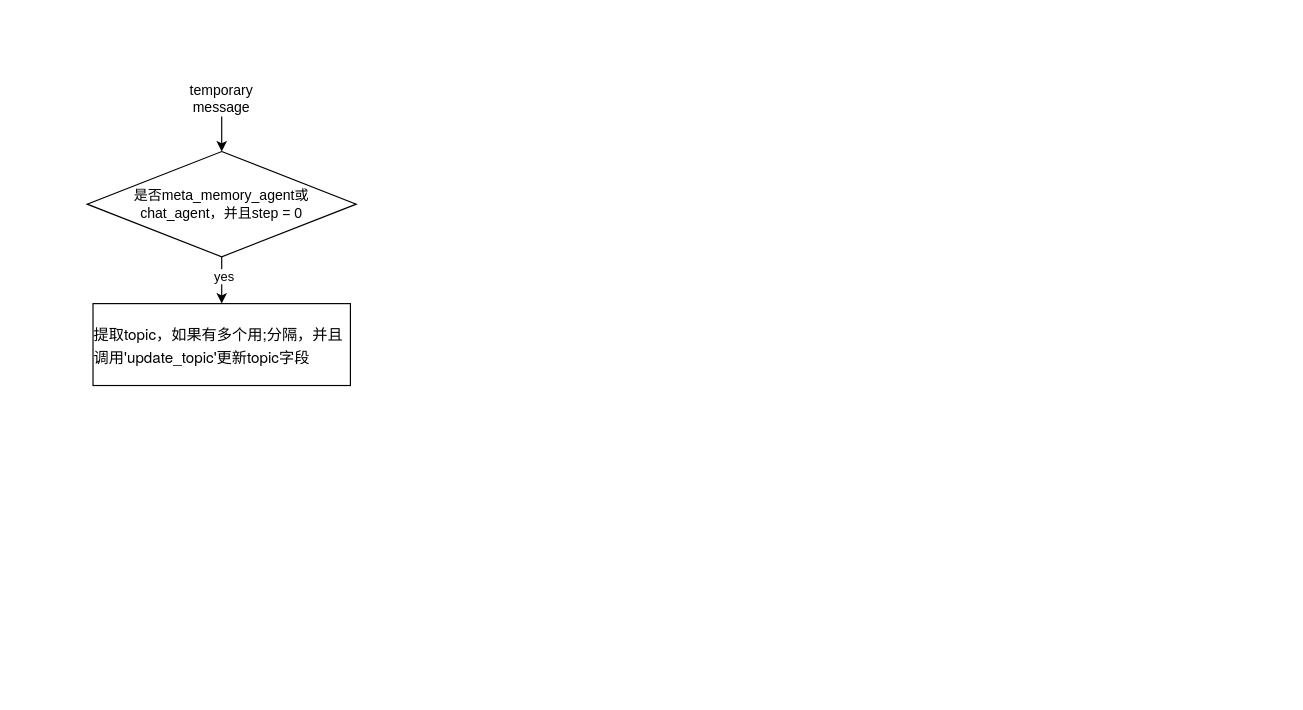
Before: mirix_agent_exe.drawio in sunray42/diagrams, a draw.io diagram. Source tidied: cells renumbered, new cells numbered last; positions are measured from the earlier drawing's top-left corner, leaving out a move shared by most shapes. Both pictures are drawn from the tidied source at 117%, with x=0, y=0 at pixel (87, 81).
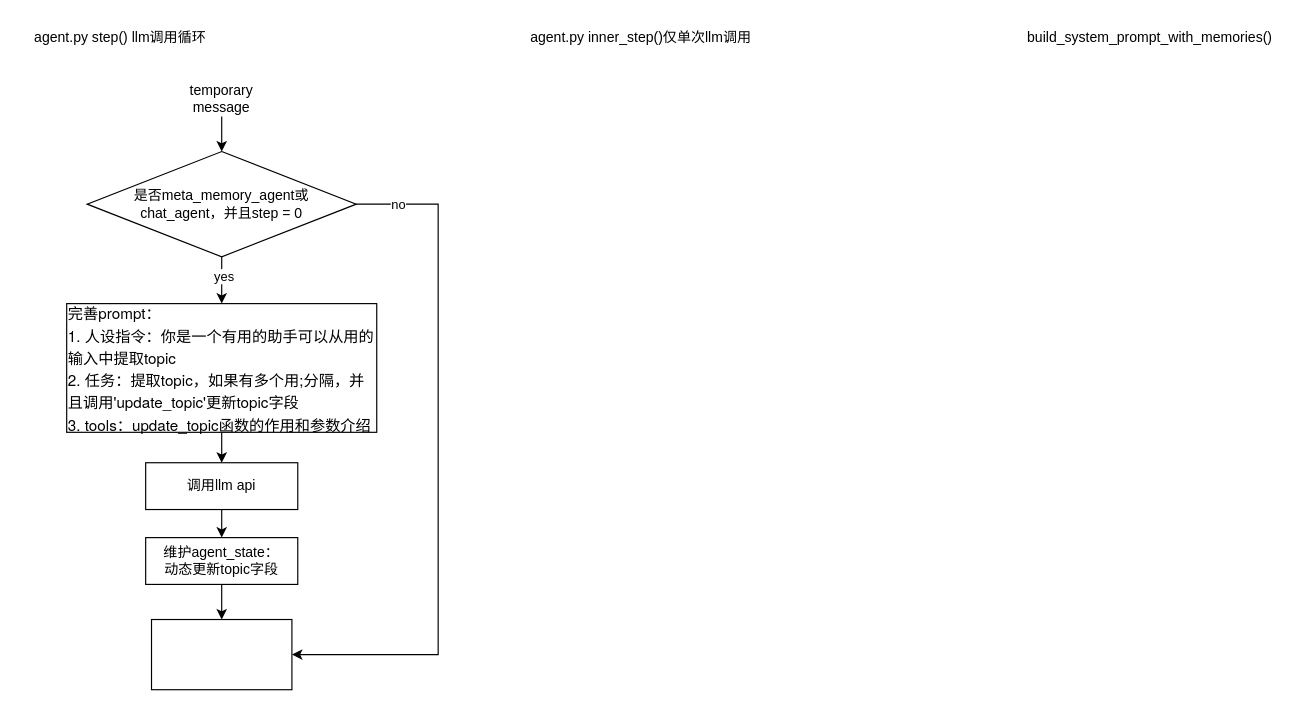
After the change.

The change refers to these unchanged cells:
```xml
<mxCell id="5" value="是否meta_memory_agent或&lt;div&gt;chat_agent，并且step = 0&lt;/div&gt;" style="rhombus;whiteSpace=wrap;html=1;" parent="1" vertex="1">
  <mxGeometry y="60" width="230" height="90" as="geometry" />
</mxCell>
```

Diff of the diagram source:
```diff
@@
+    <mxCell id="8" style="edgeStyle=orthogonalEdgeStyle;rounded=0;jettySize=auto;html=1;exitX=0.5;exitY=1;exitDx=0;exitDy=0;" parent="1" edge="1" source="2" target="15">
+      <mxGeometry relative="1" as="geometry" />
+    </mxCell>
-    <mxCell id="2" value="&lt;p style=&quot;margin: 0px; font-variant-numeric: normal; font-variant-east-asian: normal; font-variant-alternates: normal; font-size-adjust: none; font-kerning: auto; font-optical-sizing: auto; font-feature-settings: normal; font-variation-settings: normal; font-variant-position: normal; font-variant-emoji: normal; font-stretch: normal; font-size: 13px; line-height: normal; font-family: &amp;quot;Helvetica Neue&amp;quot;; text-align: start;&quot; class=&quot;p1&quot;&gt;&lt;span style=&quot;background-color: transparent; color: light-dark(rgb(0, 0, 0), rgb(255, 255, 255));&quot;&gt;提取topic，如果有多个用;分隔，并且调用'update_topic'更新topic字段&lt;/span&gt;&lt;/p&gt;" style="rounded=0;whiteSpace=wrap;html=1;" parent="1" vertex="1">
-      <mxGeometry x="5" y="190" width="220" height="70" as="geometry" />
+    <mxCell id="2" value="&lt;p style=&quot;margin: 0px; font-variant-numeric: normal; font-variant-east-asian: normal; font-variant-alternates: normal; font-size-adjust: none; font-kerning: auto; font-optical-sizing: auto; font-feature-settings: normal; font-variation-settings: normal; font-variant-position: normal; font-variant-emoji: normal; font-stretch: normal; font-size: 13px; line-height: normal; font-family: &amp;quot;Helvetica Neue&amp;quot;; text-align: start;&quot; class=&quot;p1&quot;&gt;完善prompt：&lt;/p&gt;&lt;p style=&quot;margin: 0px; font-variant-numeric: normal; font-variant-east-asian: normal; font-variant-alternates: normal; font-size-adjust: none; font-kerning: auto; font-optical-sizing: auto; font-feature-settings: normal; font-variation-settings: normal; font-variant-position: normal; font-variant-emoji: normal; font-stretch: normal; font-size: 13px; line-height: normal; font-family: &amp;quot;Helvetica Neue&amp;quot;; text-align: start;&quot; class=&quot;p1&quot;&gt;&lt;span style=&quot;background-color: transparent; color: light-dark(rgb(0, 0, 0), rgb(255, 255, 255));&quot;&gt;1. 人设指令：你是一个有用的助手可以从用的输入中提取topic&lt;/span&gt;&lt;/p&gt;&lt;p style=&quot;margin: 0px; font-variant-numeric: normal; font-variant-east-asian: normal; font-variant-alternates: normal; font-size-adjust: none; font-kerning: auto; font-optical-sizing: auto; font-feature-settings: normal; font-variation-settings: normal; font-variant-position: normal; font-variant-emoji: normal; font-stretch: normal; font-size: 13px; line-height: normal; font-family: &amp;quot;Helvetica Neue&amp;quot;; text-align: start;&quot; class=&quot;p1&quot;&gt;&lt;span style=&quot;background-color: transparent; color: light-dark(rgb(0, 0, 0), rgb(255, 255, 255));&quot;&gt;2. 任务：提取topic，如果有多个用;分隔，并且调用'update_topic'更新topic字段&lt;/span&gt;&lt;/p&gt;&lt;p style=&quot;margin: 0px; font-variant-numeric: normal; font-variant-east-asian: normal; font-variant-alternates: normal; font-size-adjust: none; font-kerning: auto; font-optical-sizing: auto; font-feature-settings: normal; font-variation-settings: normal; font-variant-position: normal; font-variant-emoji: normal; font-stretch: normal; font-size: 13px; line-height: normal; font-family: &amp;quot;Helvetica Neue&amp;quot;; text-align: start;&quot; class=&quot;p1&quot;&gt;&lt;span style=&quot;background-color: transparent; color: light-dark(rgb(0, 0, 0), rgb(255, 255, 255));&quot;&gt;3. tools：update_topic函数的作用和参数介绍&lt;/span&gt;&lt;/p&gt;" style="rounded=0;whiteSpace=wrap;html=1;" parent="1" vertex="1">
+      <mxGeometry x="-17.5" y="190" width="265" height="110" as="geometry" />
     </mxCell>
@@
+    <mxCell id="9" style="edgeStyle=orthogonalEdgeStyle;rounded=0;jettySize=auto;html=1;exitX=1;exitY=0.5;exitDx=0;exitDy=0;entryX=1;entryY=0.5;entryDx=0;entryDy=0;" parent="1" edge="1" source="5" target="13">
+      <mxGeometry relative="1" as="geometry">
+        <Array as="points">
+          <mxPoint x="300" y="105" />
+          <mxPoint x="300" y="490" />
+        </Array>
+      </mxGeometry>
+    </mxCell>
+    <mxCell id="10" value="no" style="edgeLabel;html=1;align=center;verticalAlign=middle;" parent="9" vertex="1">
+      <mxGeometry x="-0.88" relative="1" as="geometry" />
+    </mxCell>
@@
+    <mxCell id="11" style="edgeStyle=orthogonalEdgeStyle;rounded=0;jettySize=auto;html=1;" parent="1" edge="1" source="12" target="13">
+      <mxGeometry relative="1" as="geometry" />
+    </mxCell>
+    <mxCell id="12" value="维护agent_state：&lt;div&gt;动态更新topic字段&lt;/div&gt;" style="whiteSpace=wrap;html=1;rounded=0;" parent="1" vertex="1">
+      <mxGeometry x="50" y="390" width="130" height="40" as="geometry" />
+    </mxCell>
+    <mxCell id="13" style="whiteSpace=wrap;html=1;rounded=0;" parent="1" vertex="1">
+      <mxGeometry x="55" y="460" width="120" height="60" as="geometry" />
+    </mxCell>
+    <mxCell id="14" style="edgeStyle=orthogonalEdgeStyle;rounded=0;jettySize=auto;html=1;exitX=0.5;exitY=1;exitDx=0;exitDy=0;entryX=0.5;entryY=0;entryDx=0;entryDy=0;" parent="1" edge="1" source="15" target="12">
+      <mxGeometry relative="1" as="geometry" />
+    </mxCell>
+    <mxCell id="15" value="调用llm api" style="whiteSpace=wrap;html=1;rounded=0;" parent="1" vertex="1">
+      <mxGeometry x="50" y="326" width="130" height="40" as="geometry" />
+    </mxCell>
+    <mxCell id="16" value="agent.py step() llm调用循环" style="text;html=1;align=center;verticalAlign=middle;strokeColor=none;fillColor=none;" parent="1" vertex="1">
+      <mxGeometry x="-57.5" y="-52" width="170" height="30" as="geometry" />
+    </mxCell>
+    <mxCell id="17" value="agent.py inner_step()仅单次llm调用" style="text;html=1;align=center;verticalAlign=middle;strokeColor=none;fillColor=none;" parent="1" vertex="1">
+      <mxGeometry x="367.5" y="-52" width="210" height="30" as="geometry" />
+    </mxCell>
+    <mxCell id="18" value="build_system_prompt_with_memories()" style="text;html=1;align=center;verticalAlign=middle;strokeColor=none;fillColor=none;" parent="1" vertex="1">
+      <mxGeometry x="792.5" y="-52" width="230" height="30" as="geometry" />
+    </mxCell>
```
